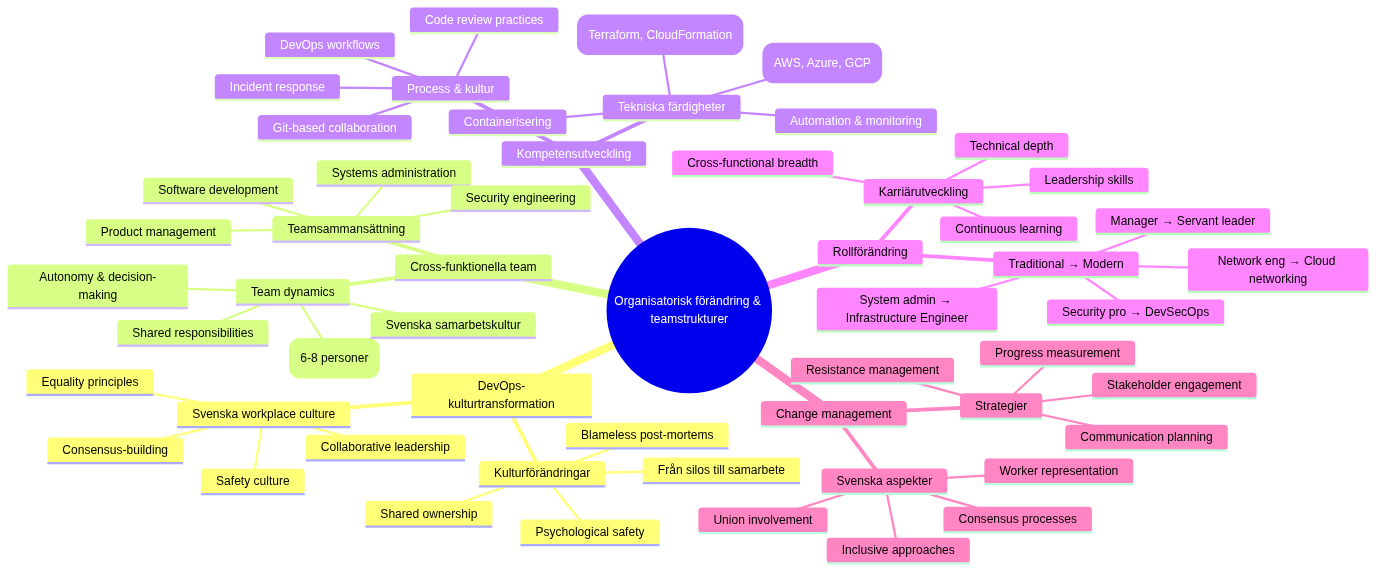
Before: docs/images/mindmap_17_organisation.png, a diagram exported from Mermaid (Geonitab/architecture_as_code). Its source is kept beside it as docs/images/mindmap_17_organisation.mmd.
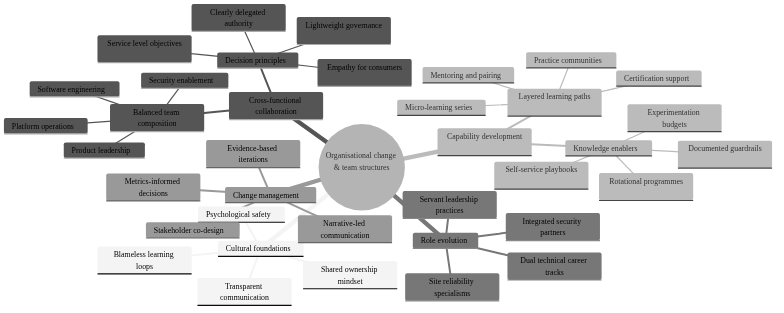
Later version of the same file.

What changed in the source:
```diff
@@ -1,4 +1,4 @@
-%%{init: {"theme": "neutral", "themeVariables": {"primaryColor": "#1f2937", "primaryBorderColor": "#111827", "primaryTextColor": "#f9fafb", "secondaryColor": "#4b5563", "tertiaryColor": "#d1d5db", "lineColor": "#9ca3af", "fontFamily": "Inter, system-ui, sans-serif", "fontSize": "18px"}}}%%
+%%{init: {"theme": "neutral", "themeVariables": {"primaryColor": "#6b7280", "primaryBorderColor": "#4b5563", "primaryTextColor": "#1f2937", "secondaryColor": "#9ca3af", "tertiaryColor": "#e5e7eb", "lineColor": "#9ca3af", "fontFamily": "Inter, system-ui, sans-serif", "fontSize": "20px"}}}%%
 mindmap
   root((Organisational change & team structures))
     Cultural foundations
```
